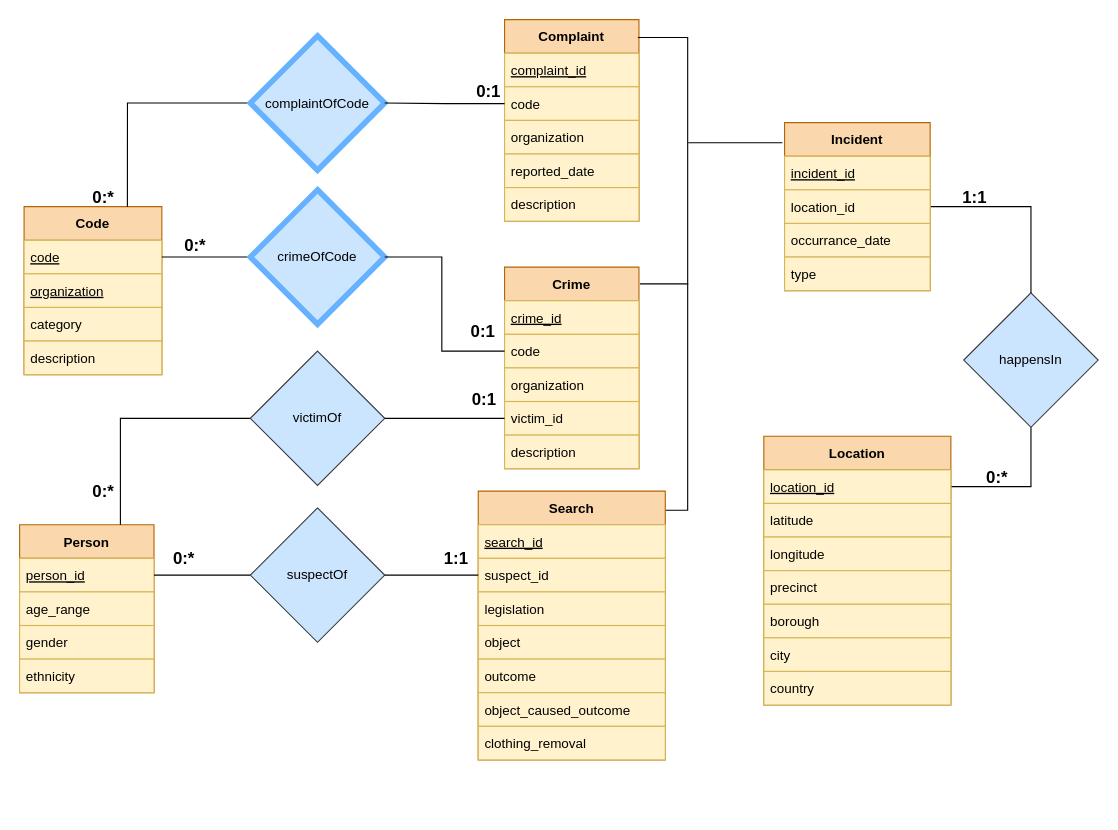
This is ERmodel.drawio from alvii147/CrimeStatsAnalysis, a draw.io file, before an edit. Source tidied: cells renumbered, new cells numbered last; positions are measured from the earlier drawing's top-left corner, leaving out a move shared by most shapes. Both pictures are drawn from the tidied source at 112%, with x=0, y=0 at pixel (19, 19).
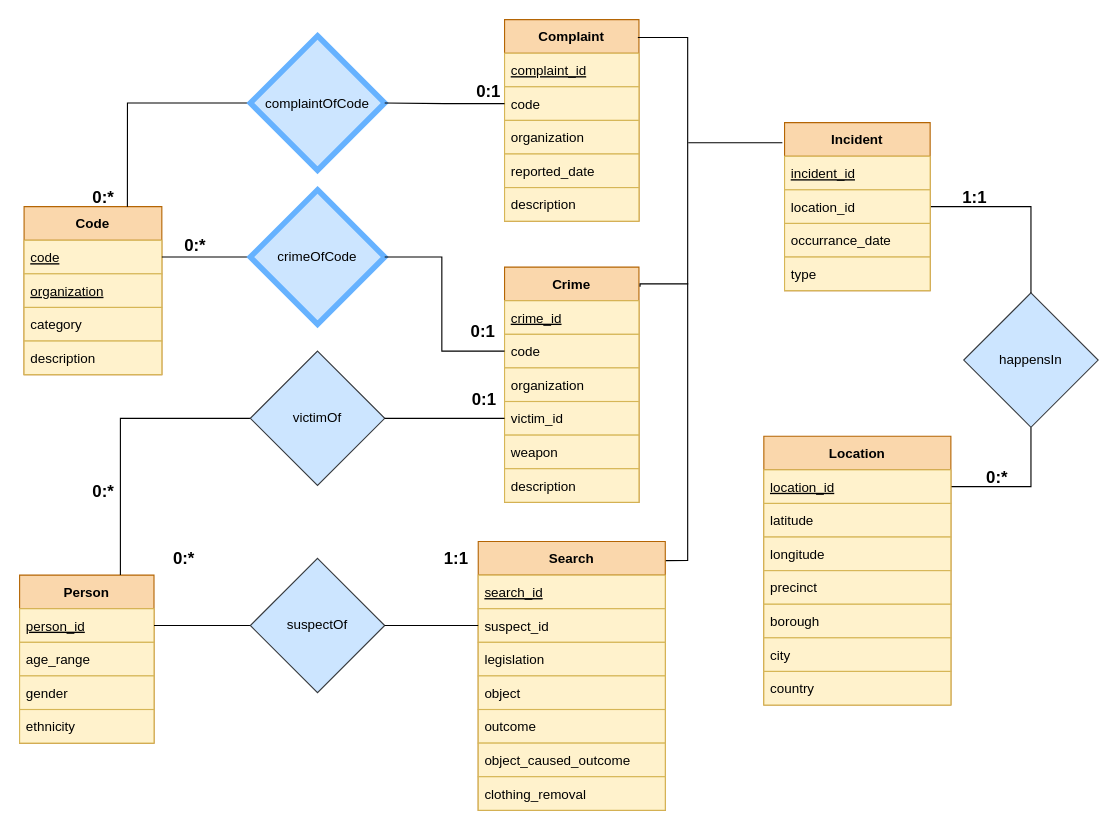
The same diagram, later.

Commit message (it also covers changes not shown here):
added weapon to ERmodel

The edit, as a diff of the source:
```diff
@@
     <mxCell id="4" value="Crime" style="swimlane;fontStyle=1;horizontal=1;startSize=30;fillColor=#fad7ac;strokeColor=#b46504;" parent="1" vertex="1">
-      <mxGeometry x="433" y="221" width="120" height="180" as="geometry" />
+      <mxGeometry x="433" y="221" width="120" height="210" as="geometry" />
     </mxCell>
@@
+    <mxCell id="73" value="weapon" style="text;strokeColor=#d6b656;fillColor=#fff2cc;align=left;verticalAlign=middle;spacingLeft=4;spacingRight=4;overflow=hidden;fontStyle=0;" parent="4" vertex="1">
+      <mxGeometry y="150" width="120" height="30" as="geometry" />
+    </mxCell>
     <mxCell id="9" value="description" style="text;strokeColor=#d6b656;fillColor=#fff2cc;align=left;verticalAlign=middle;spacingLeft=4;spacingRight=4;overflow=hidden;fontStyle=0;" parent="4" vertex="1">
-      <mxGeometry y="150" width="120" height="30" as="geometry" />
+      <mxGeometry y="180" width="120" height="30" as="geometry" />
     </mxCell>
@@
     <mxCell id="23" value="Search" style="swimlane;fontStyle=1;horizontal=1;startSize=30;fillColor=#fad7ac;strokeColor=#b46504;" parent="1" vertex="1">
-      <mxGeometry x="409.5" y="421" width="167" height="240" as="geometry" />
+      <mxGeometry x="409.5" y="466" width="167" height="240" as="geometry" />
     </mxCell>
@@
     <mxCell id="31" value="Person" style="swimlane;fontStyle=1;horizontal=1;startSize=30;fillColor=#fad7ac;strokeColor=#b46504;" parent="1" vertex="1">
-      <mxGeometry y="451" width="120" height="150" as="geometry" />
+      <mxGeometry y="496" width="120" height="150" as="geometry" />
     </mxCell>
@@
     <mxCell id="56" value="suspectOf" style="rhombus;whiteSpace=wrap;html=1;rounded=0;fillColor=#cce5ff;strokeColor=#36393d;" parent="1" vertex="1">
-      <mxGeometry x="206" y="436" width="120" height="120" as="geometry" />
+      <mxGeometry x="206" y="481" width="120" height="120" as="geometry" />
     </mxCell>
```
